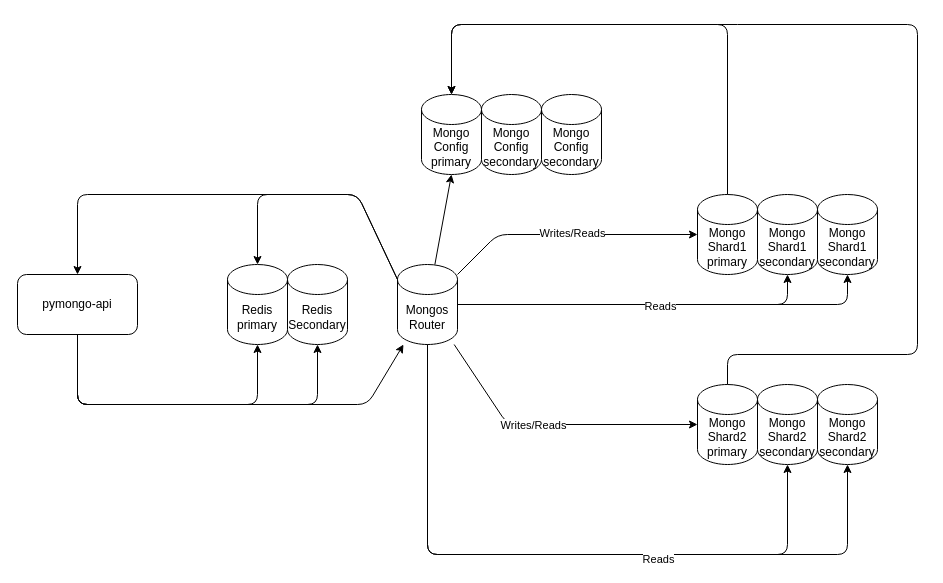
AdayevKP/architecture-pro-black_friday keeps this draw.io diagram as shemas/planning/3-cache.drawio. Above is the earlier version. Source tidied: cells renumbered, new cells numbered last; positions are measured from the earlier drawing's top-left corner, leaving out a move shared by most shapes. Both pictures are drawn from the tidied source at 100%, with x=0, y=0 at pixel (17, 24).
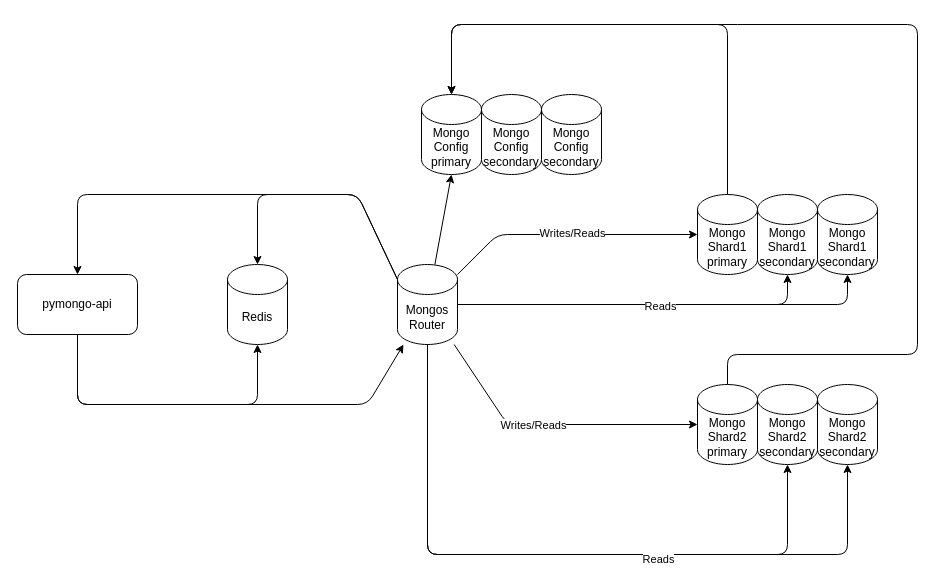
The same diagram, later.

Unchanged cells that the change refers to:
```xml
<mxCell id="7" value="pymongo-api" style="rounded=1;whiteSpace=wrap;html=1;" parent="1" vertex="1">
  <mxGeometry y="250" width="120" height="60" as="geometry" />
</mxCell>
```

Diff of the diagram source:
```diff
@@
-    <mxCell id="28" value="Redis&lt;br&gt;primary" style="shape=cylinder3;whiteSpace=wrap;html=1;boundedLbl=1;backgroundOutline=1;size=15;" parent="1" vertex="1">
+    <mxCell id="28" value="Redis" style="shape=cylinder3;whiteSpace=wrap;html=1;boundedLbl=1;backgroundOutline=1;size=15;" parent="1" vertex="1">
       <mxGeometry x="210" y="240" width="60" height="80" as="geometry" />
     </mxCell>
@@
-    <mxCell id="31" value="Redis&lt;br&gt;Secondary" style="shape=cylinder3;whiteSpace=wrap;html=1;boundedLbl=1;backgroundOutline=1;size=15;" parent="1" vertex="1">
-      <mxGeometry x="270" y="240" width="60" height="80" as="geometry" />
-    </mxCell>
-    <mxCell id="32" style="edgeStyle=none;html=1;exitX=0.5;exitY=1;exitDx=0;exitDy=0;entryX=0.5;entryY=1;entryDx=0;entryDy=0;entryPerimeter=0;" parent="1" edge="1" source="7" target="31">
-      <mxGeometry relative="1" as="geometry">
-        <Array as="points">
-          <mxPoint x="60" y="380" />
-          <mxPoint x="300" y="380" />
-        </Array>
-      </mxGeometry>
-    </mxCell>
```
